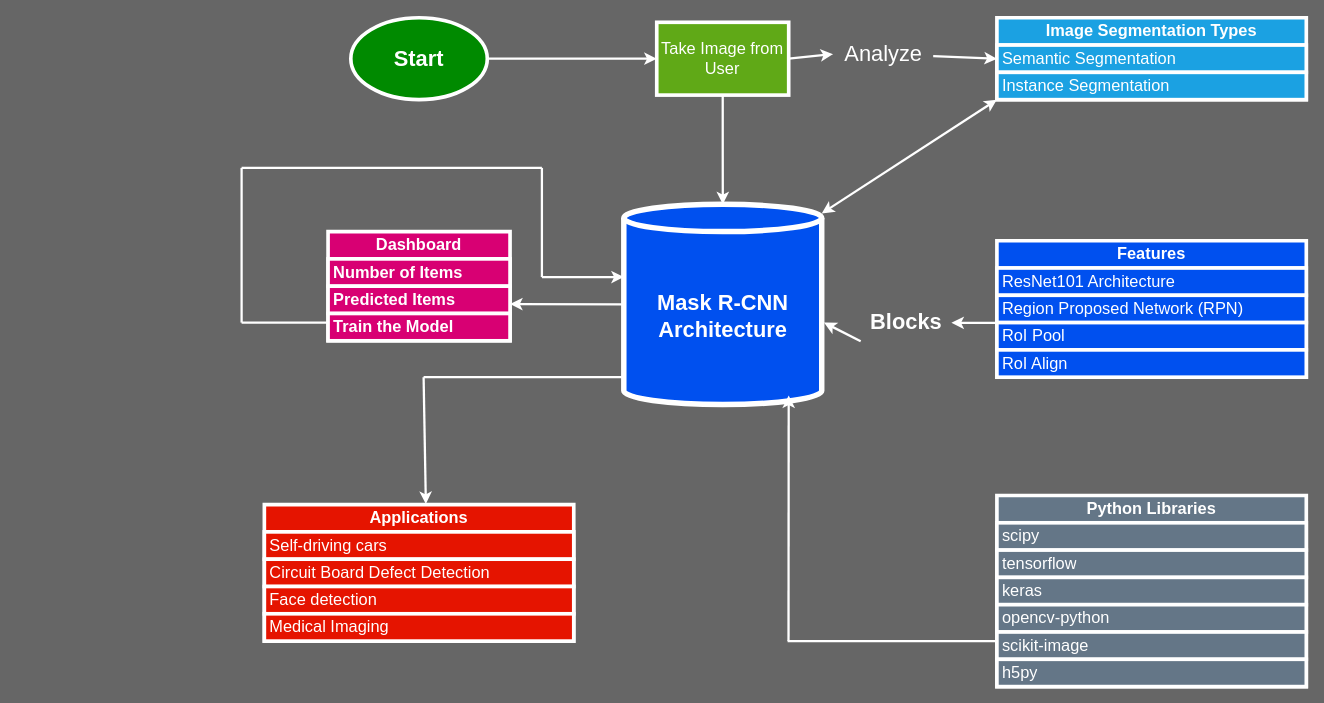
This is FYP-workflow.drawio from sanils2002/Final-Year-Project, a draw.io file, before an edit. Source tidied: cells renumbered, new cells numbered last; positions are measured from the earlier drawing's top-left corner, leaving out a move shared by most shapes. Both pictures are drawn from the tidied source at 91%, with x=0, y=0 at pixel (241, 17).
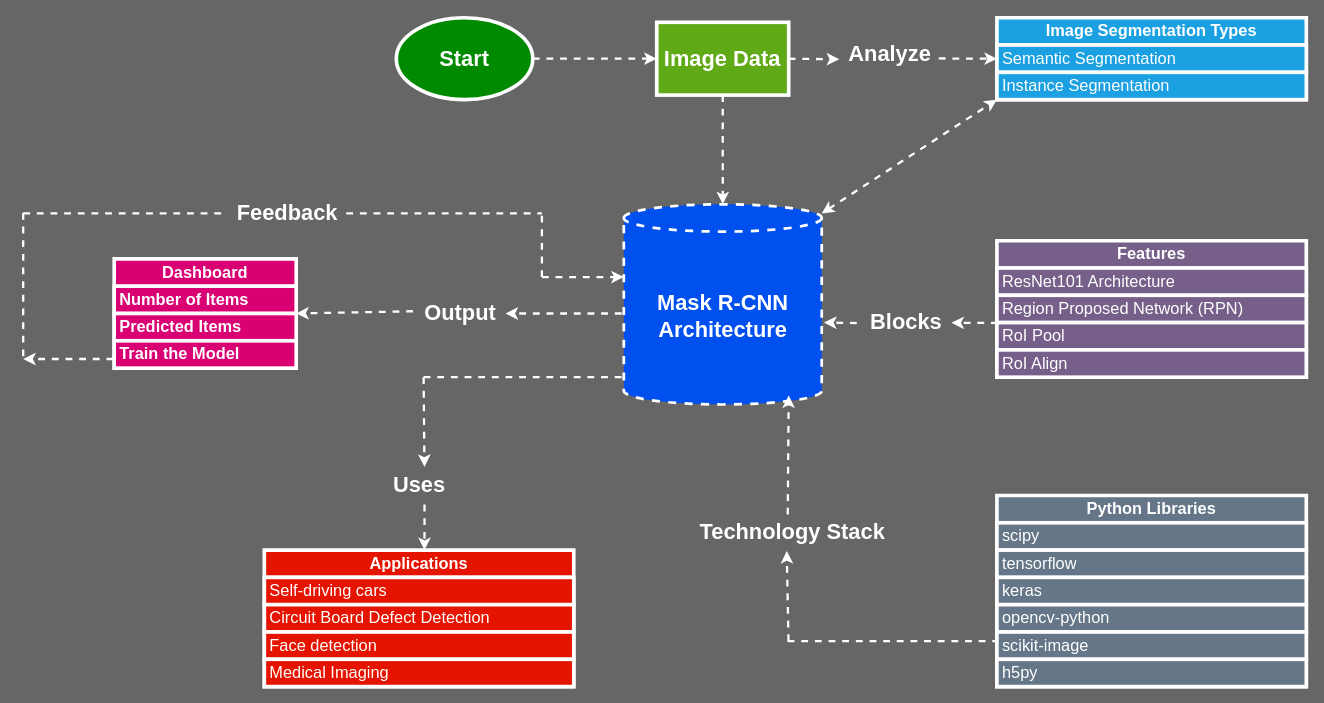
After the change.

Unchanged cells that the change refers to:
```xml
<mxCell id="23" value="&lt;font style=&quot;font-size: 18px;&quot;&gt;&lt;b&gt;Image Segmentation Types&lt;/b&gt;&lt;/font&gt;" style="swimlane;fontStyle=0;horizontal=1;startSize=30;whiteSpace=wrap;html=1;fillColor=#1ba1e2;strokeColor=#FFFFFF;strokeWidth=4;fontColor=#ffffff;" parent="1" vertex="1">
  <mxGeometry x="830" width="340" height="90" as="geometry" />
</mxCell>
<mxCell id="40" value="&lt;font color=&quot;#ffffff&quot; style=&quot;font-size: 24px;&quot;&gt;&lt;b&gt;Blocks&lt;/b&gt;&lt;/font&gt;" style="text;html=1;align=center;verticalAlign=middle;points=[];strokeColor=none;fillColor=none;" parent="1" vertex="1">
  <mxGeometry x="680" y="315" width="100" height="40" as="geometry" />
</mxCell>
```

What changed in the source:
```diff
@@
-    <mxCell id="2" style="edgeStyle=orthogonalEdgeStyle;rounded=0;jettySize=auto;html=1;exitX=1;exitY=0.5;exitDx=0;exitDy=0;strokeWidth=2.5;strokeColor=#FFFFFF;" parent="1" edge="1" source="3" target="6">
+    <mxCell id="2" style="edgeStyle=orthogonalEdgeStyle;rounded=0;jettySize=auto;html=1;exitX=1;exitY=0.5;exitDx=0;exitDy=0;strokeWidth=2.5;strokeColor=#FFFFFF;dashed=1;" parent="1" edge="1" source="3" target="6">
       <mxGeometry relative="1" as="geometry" />
     </mxCell>
     <mxCell id="3" value="&lt;font color=&quot;#ffffff&quot; size=&quot;1&quot; style=&quot;&quot;&gt;&lt;b style=&quot;font-size: 24px;&quot;&gt;Start&lt;/b&gt;&lt;/font&gt;" style="ellipse;whiteSpace=wrap;html=1;fillColor=#008a00;strokeColor=#FFFFFF;strokeWidth=4;fontColor=#ffffff;" parent="1" vertex="1">
-      <mxGeometry x="120" width="150" height="90" as="geometry" />
+      <mxGeometry x="170" width="150" height="90" as="geometry" />
     </mxCell>
-    <mxCell id="4" value="&lt;font style=&quot;font-size: 24px;&quot;&gt;&lt;b&gt;Mask R-CNN Architecture&lt;/b&gt;&lt;/font&gt;" style="shape=cylinder3;whiteSpace=wrap;html=1;boundedLbl=1;backgroundOutline=1;size=15;fillColor=#0050ef;strokeColor=#FFFFFF;strokeWidth=6;fontColor=#ffffff;" parent="1" vertex="1">
+    <mxCell id="4" value="&lt;font style=&quot;font-size: 24px;&quot;&gt;&lt;b&gt;Mask R-CNN Architecture&lt;/b&gt;&lt;/font&gt;" style="shape=cylinder3;whiteSpace=wrap;html=1;boundedLbl=1;backgroundOutline=1;size=15;fillColor=#0050ef;strokeColor=#FFFFFF;strokeWidth=3;fontColor=#ffffff;dashed=1;" parent="1" vertex="1">
       <mxGeometry x="420" y="205" width="217.5" height="220" as="geometry" />
     </mxCell>
-    <mxCell id="5" style="edgeStyle=orthogonalEdgeStyle;rounded=0;jettySize=auto;html=1;exitX=0.5;exitY=1;exitDx=0;exitDy=0;strokeWidth=2.5;strokeColor=#FFFFFF;" parent="1" edge="1" source="6" target="4">
+    <mxCell id="5" style="edgeStyle=orthogonalEdgeStyle;rounded=0;jettySize=auto;html=1;exitX=0.5;exitY=1;exitDx=0;exitDy=0;strokeWidth=2.5;strokeColor=#FFFFFF;dashed=1;" parent="1" edge="1" source="6" target="4">
       <mxGeometry relative="1" as="geometry" />
     </mxCell>
-    <mxCell id="6" value="&lt;font style=&quot;font-size: 18px;&quot;&gt;Take Image from User&lt;/font&gt;" style="rounded=0;whiteSpace=wrap;html=1;fillColor=#60a917;strokeColor=#FFFFFF;strokeWidth=4;fontColor=#ffffff;" parent="1" vertex="1">
+    <mxCell id="6" value="&lt;font style=&quot;font-size: 24px;&quot;&gt;&lt;b&gt;Image Data&lt;/b&gt;&lt;/font&gt;" style="rounded=0;whiteSpace=wrap;html=1;fillColor=#60a917;strokeColor=#FFFFFF;strokeWidth=4;fontColor=#ffffff;" parent="1" vertex="1">
       <mxGeometry x="456.2" y="5" width="145" height="80" as="geometry" />
     </mxCell>
     <mxCell id="7" value="&lt;font style=&quot;font-size: 18px;&quot;&gt;&lt;b&gt;Dashboard&lt;/b&gt;&lt;/font&gt;" style="swimlane;fontStyle=0;horizontal=1;startSize=30;whiteSpace=wrap;html=1;fillColor=#d80073;strokeColor=#FFFFFF;strokeWidth=4;fontColor=#ffffff;" parent="1" vertex="1">
-      <mxGeometry x="95" y="235" width="200" height="120" as="geometry" />
+      <mxGeometry x="-140" y="265" width="200" height="120" as="geometry" />
     </mxCell>
@@
-    <mxCell id="11" style="endArrow=none;html=1;rounded=0;strokeWidth=2.5;strokeColor=#FFFFFF;" parent="1" edge="1">
+    <mxCell id="11" style="endArrow=none;html=1;rounded=0;strokeWidth=2.5;strokeColor=#FFFFFF;dashed=1;" parent="1" edge="1">
       <mxGeometry relative="1" as="geometry">
-        <mxPoint y="335" as="sourcePoint" />
-        <mxPoint y="165" as="targetPoint" />
+        <mxPoint x="-240" y="372" as="sourcePoint" />
+        <mxPoint x="-240" y="212" as="targetPoint" />
       </mxGeometry>
     </mxCell>
-    <mxCell id="12" style="endArrow=none;html=1;rounded=0;strokeWidth=2.5;strokeColor=#FFFFFF;" parent="1" edge="1">
+    <mxCell id="12" style="endArrow=none;html=1;rounded=0;strokeWidth=2.5;strokeColor=#FFFFFF;dashed=1;" parent="1" edge="1">
       <mxGeometry relative="1" as="geometry">
-        <mxPoint y="165" as="sourcePoint" />
-        <mxPoint x="330" y="165" as="targetPoint" />
+        <mxPoint x="115" y="215" as="sourcePoint" />
+        <mxPoint x="330" y="215" as="targetPoint" />
       </mxGeometry>
     </mxCell>
-    <mxCell id="13" style="endArrow=none;html=1;rounded=0;strokeWidth=2.5;strokeColor=#FFFFFF;" parent="1" edge="1">
-      <mxGeometry relative="1" as="geometry">
-        <mxPoint x="330" y="165" as="sourcePoint" />
-        <mxPoint x="330" y="285" as="targetPoint" />
-      </mxGeometry>
-    </mxCell>
-    <mxCell id="14" style="endArrow=classic;html=1;rounded=0;strokeWidth=2.5;strokeColor=#FFFFFF;" parent="1" edge="1">
+    <mxCell id="14" style="endArrow=classic;html=1;rounded=0;strokeWidth=2.5;strokeColor=#FFFFFF;dashed=1;" parent="1" edge="1">
       <mxGeometry relative="1" as="geometry">
         <mxPoint x="330" y="285" as="sourcePoint" />
         <mxPoint x="420" y="285" as="targetPoint" />
       </mxGeometry>
     </mxCell>
-    <mxCell id="15" value="&lt;font style=&quot;font-size: 18px;&quot;&gt;&lt;b&gt;Features&lt;/b&gt;&lt;/font&gt;" style="swimlane;fontStyle=0;horizontal=1;startSize=30;whiteSpace=wrap;html=1;fillColor=#0050ef;strokeColor=#FFFFFF;strokeWidth=4;fontColor=#ffffff;" parent="1" vertex="1">
+    <mxCell id="15" value="&lt;font style=&quot;font-size: 18px;&quot;&gt;&lt;b&gt;Features&lt;/b&gt;&lt;/font&gt;" style="swimlane;fontStyle=0;horizontal=1;startSize=30;whiteSpace=wrap;html=1;fillColor=#76608a;strokeColor=#FFFFFF;strokeWidth=4;fontColor=#ffffff;" parent="1" vertex="1">
       <mxGeometry x="830" y="245" width="340" height="150" as="geometry" />
     </mxCell>
-    <mxCell id="16" value="&lt;font style=&quot;font-size: 18px;&quot;&gt;ResNet101 Architecture&lt;/font&gt;" style="text;strokeColor=#FFFFFF;fillColor=#0050ef;align=left;verticalAlign=middle;spacingLeft=4;spacingRight=4;overflow=hidden;whiteSpace=wrap;html=1;fontColor=#ffffff;strokeWidth=4;" parent="15" vertex="1">
+    <mxCell id="16" value="&lt;font style=&quot;font-size: 18px;&quot;&gt;ResNet101 Architecture&lt;/font&gt;" style="text;strokeColor=#FFFFFF;fillColor=#76608a;align=left;verticalAlign=middle;spacingLeft=4;spacingRight=4;overflow=hidden;whiteSpace=wrap;html=1;fontColor=#ffffff;strokeWidth=4;" parent="15" vertex="1">
       <mxGeometry y="30" width="340" height="30" as="geometry" />
     </mxCell>
-    <mxCell id="17" value="&lt;font style=&quot;font-size: 18px;&quot;&gt;Region Proposed Network (RPN)&lt;/font&gt;" style="text;strokeColor=#FFFFFF;fillColor=#0050ef;align=left;verticalAlign=middle;spacingLeft=4;spacingRight=4;overflow=hidden;points=[[0,0.5],[1,0.5]];portConstraint=eastwest;whiteSpace=wrap;html=1;fontColor=#ffffff;strokeWidth=4;" parent="15" vertex="1">
+    <mxCell id="17" value="&lt;font style=&quot;font-size: 18px;&quot;&gt;Region Proposed Network (RPN)&lt;/font&gt;" style="text;strokeColor=#FFFFFF;fillColor=#76608a;align=left;verticalAlign=middle;spacingLeft=4;spacingRight=4;overflow=hidden;points=[[0,0.5],[1,0.5]];portConstraint=eastwest;whiteSpace=wrap;html=1;fontColor=#ffffff;strokeWidth=4;" parent="15" vertex="1">
       <mxGeometry y="60" width="340" height="30" as="geometry" />
     </mxCell>
-    <mxCell id="18" value="&lt;font style=&quot;font-size: 18px;&quot;&gt;RoI Pool&lt;/font&gt;" style="text;strokeColor=#FFFFFF;fillColor=#0050ef;align=left;verticalAlign=middle;spacingLeft=4;spacingRight=4;overflow=hidden;whiteSpace=wrap;html=1;fontColor=#ffffff;strokeWidth=4;" parent="15" vertex="1">
+    <mxCell id="18" value="&lt;font style=&quot;font-size: 18px;&quot;&gt;RoI Pool&lt;/font&gt;" style="text;strokeColor=#FFFFFF;fillColor=#76608a;align=left;verticalAlign=middle;spacingLeft=4;spacingRight=4;overflow=hidden;whiteSpace=wrap;html=1;fontColor=#ffffff;strokeWidth=4;" parent="15" vertex="1">
       <mxGeometry y="90" width="340" height="30" as="geometry" />
     </mxCell>
-    <mxCell id="19" value="&lt;font style=&quot;font-size: 18px;&quot;&gt;RoI Align&lt;/font&gt;" style="text;strokeColor=#FFFFFF;fillColor=#0050ef;align=left;verticalAlign=middle;spacingLeft=4;spacingRight=4;overflow=hidden;whiteSpace=wrap;html=1;fontColor=#ffffff;strokeWidth=4;" parent="15" vertex="1">
+    <mxCell id="19" value="&lt;font style=&quot;font-size: 18px;&quot;&gt;RoI Align&lt;/font&gt;" style="text;strokeColor=#FFFFFF;fillColor=#76608a;align=left;verticalAlign=middle;spacingLeft=4;spacingRight=4;overflow=hidden;whiteSpace=wrap;html=1;fontColor=#ffffff;strokeWidth=4;" parent="15" vertex="1">
       <mxGeometry y="120" width="340" height="30" as="geometry" />
     </mxCell>
-    <mxCell id="20" style="endArrow=classic;html=1;rounded=0;exitX=0.003;exitY=1.013;exitDx=0;exitDy=0;exitPerimeter=0;strokeWidth=2.5;strokeColor=#FFFFFF;" parent="1" edge="1" source="40">
+    <mxCell id="20" style="endArrow=classic;html=1;rounded=0;exitX=-0.04;exitY=0.512;exitDx=0;exitDy=0;exitPerimeter=0;strokeWidth=2.5;strokeColor=#FFFFFF;dashed=1;" parent="1" edge="1" source="40">
       <mxGeometry relative="1" as="geometry">
         <mxPoint x="640" y="335" as="targetPoint" />
       </mxGeometry>
     </mxCell>
-    <mxCell id="21" style="endArrow=classic;html=1;rounded=0;exitX=0;exitY=0.5;exitDx=0;exitDy=0;exitPerimeter=0;strokeWidth=2.5;strokeColor=#FFFFFF;" parent="1" edge="1" source="4">
-      <mxGeometry relative="1" as="geometry">
-        <mxPoint x="295" y="314.7" as="targetPoint" />
-      </mxGeometry>
+    <mxCell id="21" style="endArrow=classic;html=1;rounded=0;strokeWidth=2.5;strokeColor=#FFFFFF;entryX=1;entryY=0.5;entryDx=0;entryDy=0;dashed=1;exitX=-0.017;exitY=0.438;exitDx=0;exitDy=0;exitPerimeter=0;" parent="1" edge="1" source="53" target="7">
+      <mxGeometry relative="1" as="geometry" />
     </mxCell>
-    <mxCell id="22" style="endArrow=none;html=1;rounded=0;strokeColor=#FFFFFF;strokeWidth=2.5;" parent="1" edge="1">
-      <mxGeometry relative="1" as="geometry">
-        <mxPoint y="335" as="sourcePoint" />
-        <mxPoint x="95" y="335" as="targetPoint" />
-      </mxGeometry>
-    </mxCell>
@@
-    <mxCell id="26" style="endArrow=classic;html=1;rounded=0;entryX=0;entryY=0.5;entryDx=0;entryDy=0;strokeWidth=2.5;strokeColor=#FFFFFF;" parent="1" edge="1" source="37" target="23">
+    <mxCell id="26" style="endArrow=classic;html=1;rounded=0;entryX=0;entryY=0.5;entryDx=0;entryDy=0;strokeWidth=2.5;strokeColor=#FFFFFF;exitX=0.992;exitY=0.619;exitDx=0;exitDy=0;exitPerimeter=0;dashed=1;" parent="1" edge="1" source="37" target="23">
       <mxGeometry relative="1" as="geometry" />
     </mxCell>
@@
-    <mxCell id="34" style="endArrow=classic;html=1;rounded=0;strokeWidth=2.5;strokeColor=#FFFFFF;" parent="1" edge="1">
+    <mxCell id="34" style="endArrow=classic;html=1;rounded=0;strokeWidth=2.5;strokeColor=#FFFFFF;exitX=0.479;exitY=0.025;exitDx=0;exitDy=0;exitPerimeter=0;dashed=1;" parent="1" edge="1" source="49">
       <mxGeometry relative="1" as="geometry">
-        <mxPoint x="601" y="685" as="sourcePoint" />
         <mxPoint x="601.2" y="415" as="targetPoint" />
       </mxGeometry>
     </mxCell>
-    <mxCell id="35" style="endArrow=none;html=1;rounded=0;strokeColor=#FFFFFF;strokeWidth=2.5;" parent="1" edge="1">
+    <mxCell id="35" style="endArrow=none;html=1;rounded=0;strokeColor=#FFFFFF;strokeWidth=2.5;dashed=1;" parent="1" edge="1">
       <mxGeometry relative="1" as="geometry">
         <mxPoint x="600" y="685" as="sourcePoint" />
         <mxPoint x="830" y="685" as="targetPoint" />
       </mxGeometry>
     </mxCell>
-    <mxCell id="36" style="endArrow=classic;html=1;rounded=0;entryX=0;entryY=0.5;entryDx=0;entryDy=0;strokeWidth=2.5;strokeColor=#FFFFFF;" parent="1" edge="1" target="37">
+    <mxCell id="36" style="endArrow=classic;html=1;rounded=0;entryX=-0.002;entryY=0.641;entryDx=0;entryDy=0;strokeWidth=2.5;strokeColor=#FFFFFF;entryPerimeter=0;dashed=1;" parent="1" edge="1" target="37">
       <mxGeometry relative="1" as="geometry">
         <mxPoint x="601.2" y="45" as="sourcePoint" />
       </mxGeometry>
     </mxCell>
-    <mxCell id="37" value="&lt;font color=&quot;#ffffff&quot; style=&quot;font-size: 24px;&quot;&gt;Analyze&lt;/font&gt;" style="text;html=1;align=center;verticalAlign=middle;points=[];strokeColor=none;fillColor=none;" parent="1" vertex="1">
-      <mxGeometry x="650" y="20" width="110" height="40" as="geometry" />
+    <mxCell id="37" value="&lt;font color=&quot;#ffffff&quot; style=&quot;font-size: 24px;&quot;&gt;&lt;b&gt;Analyze&lt;/b&gt;&lt;/font&gt;" style="text;html=1;align=center;verticalAlign=middle;points=[];strokeColor=none;fillColor=none;" parent="1" vertex="1">
+      <mxGeometry x="657" y="20" width="110" height="40" as="geometry" />
     </mxCell>
-    <mxCell id="38" style="endArrow=classic;startArrow=classic;html=1;rounded=0;strokeWidth=2.5;strokeColor=#FFFFFF;entryX=0;entryY=1;entryDx=0;entryDy=0;" parent="1" edge="1" target="23">
+    <mxCell id="38" style="endArrow=classic;startArrow=classic;html=1;rounded=0;strokeWidth=2.5;strokeColor=#FFFFFF;entryX=0;entryY=1;entryDx=0;entryDy=0;dashed=1;" parent="1" edge="1" target="23">
       <mxGeometry relative="1" as="geometry">
         <mxPoint x="637.5" y="215" as="sourcePoint" />
       </mxGeometry>
     </mxCell>
-    <mxCell id="39" style="endArrow=classic;html=1;rounded=0;exitX=0.003;exitY=1.013;exitDx=0;exitDy=0;exitPerimeter=0;strokeWidth=2.5;strokeColor=#FFFFFF;" parent="1" edge="1" source="17" target="40">
+    <mxCell id="39" style="endArrow=classic;html=1;rounded=0;exitX=0.003;exitY=1.013;exitDx=0;exitDy=0;exitPerimeter=0;strokeWidth=2.5;strokeColor=#FFFFFF;dashed=1;" parent="1" edge="1" source="17" target="40">
       <mxGeometry relative="1" as="geometry" />
     </mxCell>
@@
     <mxCell id="41" value="&lt;font style=&quot;font-size: 18px;&quot;&gt;&lt;b&gt;Applications&lt;/b&gt;&lt;/font&gt;" style="swimlane;fontStyle=0;horizontal=1;startSize=30;whiteSpace=wrap;html=1;fillColor=#e51400;strokeColor=#FFFFFF;strokeWidth=4;fontColor=#ffffff;" parent="1" vertex="1">
-      <mxGeometry x="25" y="535" width="340" height="150" as="geometry" />
+      <mxGeometry x="25" y="585" width="340" height="150" as="geometry" />
     </mxCell>
@@
-    <mxCell id="46" style="endArrow=none;html=1;rounded=0;strokeWidth=2.5;strokeColor=#FFFFFF;" parent="1" edge="1">
+    <mxCell id="46" style="endArrow=none;html=1;rounded=0;strokeWidth=2.5;strokeColor=#FFFFFF;dashed=1;" parent="1" edge="1">
       <mxGeometry relative="1" as="geometry">
         <mxPoint x="200" y="395" as="sourcePoint" />
         <mxPoint x="420" y="395" as="targetPoint" />
       </mxGeometry>
     </mxCell>
-    <mxCell id="47" style="endArrow=classic;html=1;rounded=0;strokeWidth=2.5;strokeColor=#FFFFFF;entryX=0.522;entryY=-0.004;entryDx=0;entryDy=0;entryPerimeter=0;" parent="1" edge="1" target="41">
+    <mxCell id="47" style="endArrow=classic;html=1;rounded=0;strokeWidth=2.5;strokeColor=#FFFFFF;entryX=0.5;entryY=0;entryDx=0;entryDy=0;dashed=1;" parent="1" edge="1">
       <mxGeometry relative="1" as="geometry">
-        <mxPoint x="200" y="395" as="sourcePoint" />
+        <mxPoint x="201" y="535" as="sourcePoint" />
+        <mxPoint x="201" y="585" as="targetPoint" />
       </mxGeometry>
     </mxCell>
+    <mxCell id="48" style="endArrow=classic;html=1;rounded=0;strokeWidth=2.5;strokeColor=#FFFFFF;entryX=0.474;entryY=1.025;entryDx=0;entryDy=0;entryPerimeter=0;dashed=1;" parent="1" edge="1" target="49">
+      <mxGeometry relative="1" as="geometry">
+        <mxPoint x="601" y="685" as="sourcePoint" />
+      </mxGeometry>
+    </mxCell>
+    <mxCell id="49" value="&lt;font color=&quot;#ffffff&quot; style=&quot;font-size: 24px;&quot;&gt;&lt;b&gt;Technology Stack&lt;/b&gt;&lt;/font&gt;" style="text;html=1;align=center;verticalAlign=middle;points=[];strokeColor=none;fillColor=none;" parent="1" vertex="1">
+      <mxGeometry x="490" y="545" width="230" height="40" as="geometry" />
+    </mxCell>
+    <mxCell id="50" style="endArrow=classic;html=1;rounded=0;strokeWidth=2.5;strokeColor=#FFFFFF;entryX=0.574;entryY=-0.011;entryDx=0;entryDy=0;entryPerimeter=0;dashed=1;" parent="1" edge="1" target="51">
+      <mxGeometry relative="1" as="geometry">
+        <mxPoint x="200" y="395" as="sourcePoint" />
+      </mxGeometry>
+    </mxCell>
+    <mxCell id="51" value="&lt;font color=&quot;#ffffff&quot; style=&quot;font-size: 24px;&quot;&gt;&lt;b&gt;Uses&lt;/b&gt;&lt;/font&gt;" style="text;html=1;align=center;verticalAlign=middle;points=[];strokeColor=none;fillColor=none;dashed=1;" parent="1" vertex="1">
+      <mxGeometry x="155" y="494" width="80" height="40" as="geometry" />
+    </mxCell>
+    <mxCell id="52" style="endArrow=classic;html=1;rounded=0;exitX=-0.011;exitY=0.651;exitDx=0;exitDy=0;exitPerimeter=0;strokeWidth=2.5;strokeColor=#FFFFFF;dashed=1;" parent="1" edge="1">
+      <mxGeometry relative="1" as="geometry">
+        <mxPoint x="417.6" y="325" as="sourcePoint" />
+        <mxPoint x="290" y="325" as="targetPoint" />
+      </mxGeometry>
+    </mxCell>
+    <mxCell id="53" value="&lt;font color=&quot;#ffffff&quot; style=&quot;font-size: 24px;&quot;&gt;&lt;b&gt;Output&lt;/b&gt;&lt;/font&gt;" style="text;html=1;align=center;verticalAlign=middle;points=[];strokeColor=none;fillColor=none;" parent="1" vertex="1">
+      <mxGeometry x="190" y="305" width="100" height="40" as="geometry" />
+    </mxCell>
+    <mxCell id="54" style="endArrow=none;html=1;rounded=0;strokeWidth=2.5;strokeColor=#FFFFFF;dashed=1;" parent="1" edge="1">
+      <mxGeometry relative="1" as="geometry">
+        <mxPoint x="-240" y="215" as="sourcePoint" />
+        <mxPoint x="-15" y="215" as="targetPoint" />
+      </mxGeometry>
+    </mxCell>
+    <mxCell id="55" value="&lt;font color=&quot;#ffffff&quot; style=&quot;font-size: 24px;&quot;&gt;&lt;b&gt;Feedback&lt;/b&gt;&lt;/font&gt;" style="text;html=1;align=center;verticalAlign=middle;strokeColor=none;fillColor=none;" parent="1" vertex="1">
+      <mxGeometry x="-15" y="195" width="130" height="40" as="geometry" />
+    </mxCell>
+    <mxCell id="56" style="endArrow=none;html=1;rounded=0;strokeWidth=2.5;strokeColor=#FFFFFF;dashed=1;" parent="1" edge="1">
+      <mxGeometry relative="1" as="geometry">
+        <mxPoint x="330" y="285" as="sourcePoint" />
+        <mxPoint x="330" y="215" as="targetPoint" />
+      </mxGeometry>
+    </mxCell>
+    <mxCell id="57" style="endArrow=classic;html=1;rounded=0;strokeWidth=2.5;strokeColor=#FFFFFF;dashed=1;exitX=-0.017;exitY=0.438;exitDx=0;exitDy=0;exitPerimeter=0;" parent="1" edge="1">
+      <mxGeometry relative="1" as="geometry">
+        <mxPoint x="-141" y="375" as="sourcePoint" />
+        <mxPoint x="-240" y="375" as="targetPoint" />
+      </mxGeometry>
+    </mxCell>
```
